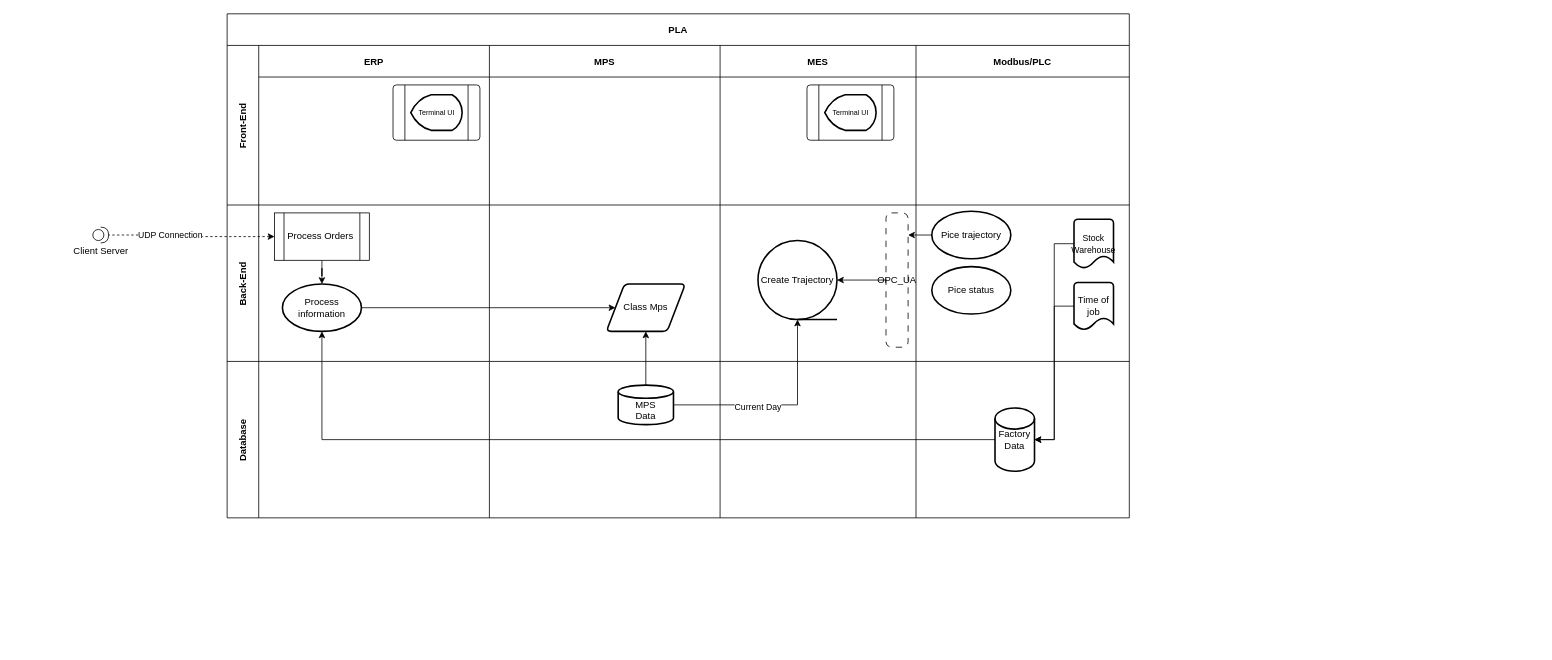
Above: page "Flow-chart" (1 of 7) of Untitled Diagram.drawio in gpizzigh-bit/Automation-of-a-Production-Line (draw.io), before the change. Source tidied: cells renumbered, new cells numbered last; positions are measured from the earlier drawing's top-left corner, leaving out a move shared by most shapes. Both pictures are drawn from the tidied source at 79%, with x=0, y=0 at pixel (92, 13).
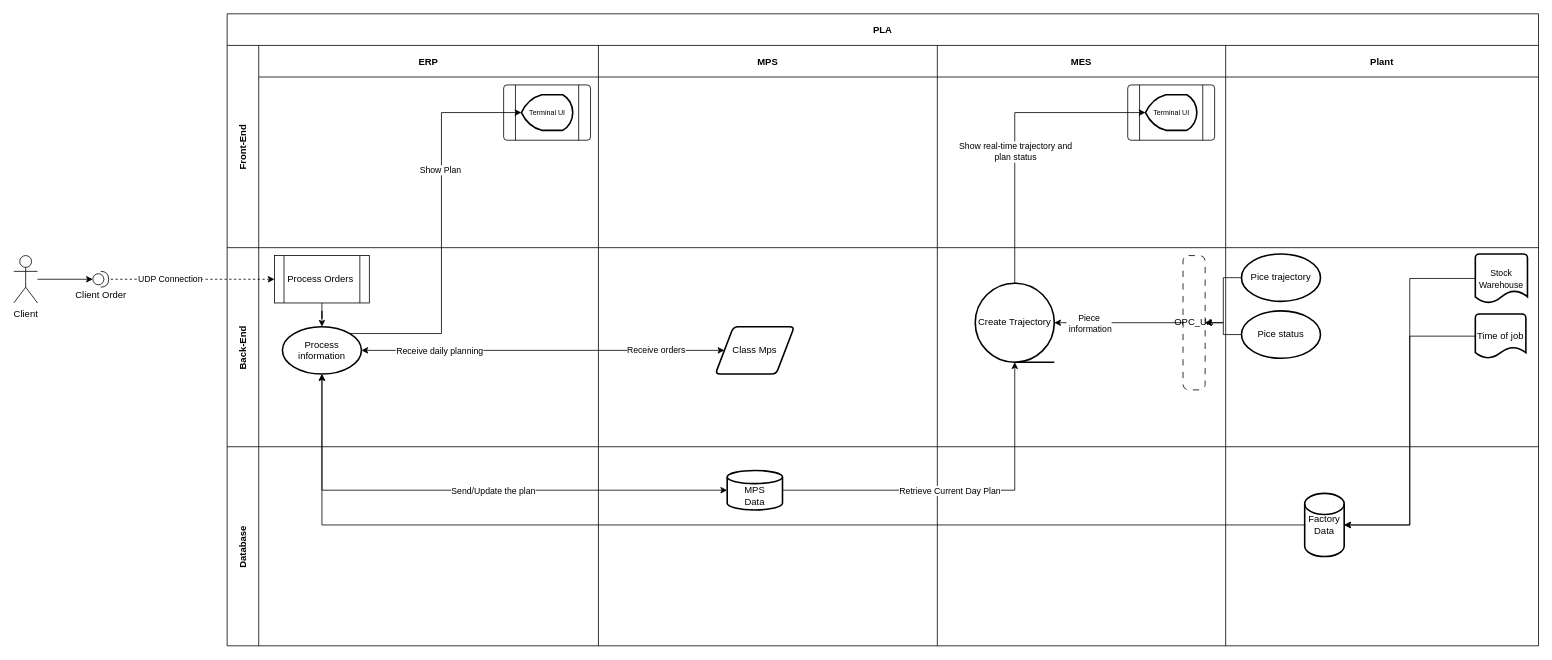
After the change.

Unchanged cells that the change refers to:
```xml
<mxCell id="7" value="&lt;font style=&quot;font-size: 9px;&quot;&gt;Terminal UI&lt;/font&gt;" style="strokeWidth=2;html=1;shape=mxgraph.flowchart.display;whiteSpace=wrap;" parent="5" vertex="1">
  <mxGeometry x="22.5" y="12.5" width="65" height="45" as="geometry" />
</mxCell>
<mxCell id="13" value="&lt;font style=&quot;font-size: 9px;&quot;&gt;Terminal UI&lt;/font&gt;" style="strokeWidth=2;html=1;shape=mxgraph.flowchart.display;whiteSpace=wrap;" parent="11" vertex="1">
  <mxGeometry x="22.5" y="12.5" width="65" height="45" as="geometry" />
</mxCell>
<mxCell id="19" value="Process information" style="strokeWidth=2;html=1;shape=mxgraph.flowchart.start_1;whiteSpace=wrap;" parent="16" vertex="1">
  <mxGeometry x="30" y="100" width="100" height="60" as="geometry" />
</mxCell>
<mxCell id="21" value="Class Mps" style="shape=parallelogram;html=1;strokeWidth=2;perimeter=parallelogramPerimeter;whiteSpace=wrap;rounded=1;arcSize=12;size=0.23;" parent="20" vertex="1">
  <mxGeometry x="148" y="100" width="100" height="60" as="geometry" />
</mxCell>
<mxCell id="23" style="edgeStyle=orthogonalEdgeStyle;rounded=0;jettySize=auto;html=1;entryX=1;entryY=0.5;entryDx=0;entryDy=0;entryPerimeter=0;" parent="22" edge="1" source="24" target="25">
  <mxGeometry relative="1" as="geometry" />
</mxCell>
<mxCell id="25" value="Create Trajectory" style="strokeWidth=2;html=1;shape=mxgraph.flowchart.sequential_data;whiteSpace=wrap;" parent="22" vertex="1">
  <mxGeometry x="48" y="45" width="100" height="100" as="geometry" />
</mxCell>
<mxCell id="28" value="Pice trajectory" style="strokeWidth=2;html=1;shape=mxgraph.flowchart.start_1;whiteSpace=wrap;" parent="26" vertex="1">
  <mxGeometry x="20" y="8" width="100" height="60" as="geometry" />
</mxCell>
<mxCell id="36" value="&lt;br&gt;MPS&lt;br&gt;Data" style="strokeWidth=2;html=1;shape=mxgraph.flowchart.database;whiteSpace=wrap;" parent="35" vertex="1">
  <mxGeometry x="163" y="30" width="70" height="50" as="geometry" />
</mxCell>
<mxCell id="42" style="edgeStyle=orthogonalEdgeStyle;rounded=0;jettySize=auto;html=1;" parent="2" edge="1" source="36" target="25">
  <mxGeometry relative="1" as="geometry" />
</mxCell>
```

Diff of the diagram source:
```diff
@@
     <mxCell id="2" value="PLA" style="shape=table;childLayout=tableLayout;startSize=40;fillColor=none;fontStyle=1;" parent="1" vertex="1">
-      <mxGeometry x="170" width="1142" height="638" as="geometry" />
+      <mxGeometry x="170" width="1660" height="800" as="geometry" />
     </mxCell>
     <mxCell id="3" value="Front-End" style="shape=tableRow;horizontal=0;swimlaneHead=0;swimlaneBody=0;top=0;left=0;bottom=0;right=0;fillColor=none;startSize=40;fontStyle=1;" parent="2" vertex="1">
-      <mxGeometry y="40" width="1142" height="202" as="geometry" />
+      <mxGeometry y="40" width="1660" height="256" as="geometry" />
     </mxCell>
     <mxCell id="4" value="ERP" style="swimlane;swimlaneHead=0;swimlaneBody=0;fillColor=none;startSize=40;fontStyle=1;" parent="3" vertex="1">
-      <mxGeometry x="40" width="292" height="202" as="geometry" />
+      <mxGeometry x="40" width="430" height="256" as="geometry" />
     </mxCell>
     <mxCell id="5" style="group;" parent="4" vertex="1">
-      <mxGeometry x="170" y="50" width="110" height="70" as="geometry" />
+      <mxGeometry x="310" y="50" width="110" height="70" as="geometry" />
     </mxCell>
@@
     <mxCell id="8" value="MPS" style="swimlane;swimlaneHead=0;swimlaneBody=0;fillColor=none;startSize=40;fontStyle=1;" parent="3" vertex="1">
-      <mxGeometry x="332" width="292" height="202" as="geometry" />
+      <mxGeometry x="470" width="429" height="256" as="geometry" />
     </mxCell>
     <mxCell id="9" value="MES" style="swimlane;swimlaneHead=0;swimlaneBody=0;fillColor=none;startSize=40;fontStyle=1;" parent="3" vertex="1">
-      <mxGeometry x="624" width="248" height="202" as="geometry" />
+      <mxGeometry x="899" width="365" height="256" as="geometry" />
     </mxCell>
     <mxCell id="10" style="group;" parent="9" vertex="1">
-      <mxGeometry x="110" y="50" width="110" height="70" as="geometry" />
+      <mxGeometry x="241" y="50" width="110" height="70" as="geometry" />
     </mxCell>
@@
-    <mxCell id="14" value="Modbus/PLC" style="swimlane;swimlaneHead=0;swimlaneBody=0;fillColor=none;startSize=40;fontStyle=1;" parent="3" vertex="1">
-      <mxGeometry x="872" width="270" height="202" as="geometry" />
+    <mxCell id="14" value="Plant" style="swimlane;swimlaneHead=0;swimlaneBody=0;fillColor=none;startSize=40;fontStyle=1;" parent="3" vertex="1">
+      <mxGeometry x="1264" width="396" height="256" as="geometry" />
     </mxCell>
     <mxCell id="15" value="Back-End" style="shape=tableRow;horizontal=0;swimlaneHead=0;swimlaneBody=0;top=0;left=0;bottom=0;right=0;fillColor=none;startSize=40;fontStyle=1;" parent="2" vertex="1">
-      <mxGeometry y="242" width="1142" height="198" as="geometry" />
+      <mxGeometry y="296" width="1660" height="252" as="geometry" />
     </mxCell>
     <mxCell id="16" style="swimlane;swimlaneHead=0;swimlaneBody=0;fillColor=none;startSize=0;fontStyle=1;" parent="15" vertex="1">
-      <mxGeometry x="40" width="292" height="198" as="geometry" />
+      <mxGeometry x="40" width="430" height="252" as="geometry" />
     </mxCell>
@@
     <mxCell id="20" style="swimlane;swimlaneHead=0;swimlaneBody=0;fillColor=none;startSize=0;fontStyle=1;" parent="15" vertex="1">
-      <mxGeometry x="332" width="292" height="198" as="geometry" />
+      <mxGeometry x="470" width="429" height="252" as="geometry" />
     </mxCell>
@@
     <mxCell id="22" style="swimlane;swimlaneHead=0;swimlaneBody=0;fillColor=none;startSize=0;fontStyle=1;" parent="15" vertex="1">
-      <mxGeometry x="624" width="248" height="198" as="geometry" />
+      <mxGeometry x="899" width="365" height="252" as="geometry" />
     </mxCell>
@@
+    <mxCell id="49" value="Piece&lt;br&gt;&amp;nbsp;information" style="edgeLabel;html=1;align=center;verticalAlign=middle;" parent="23" vertex="1">
+      <mxGeometry x="0.73" y="-1" relative="1" as="geometry">
+        <mxPoint x="21" y="1" as="offset" />
+      </mxGeometry>
+    </mxCell>
     <mxCell id="24" value="OPC_UA" style="rounded=1;whiteSpace=wrap;html=1;absoluteArcSize=1;arcSize=14;strokeWidth=1;dashed=1;dashPattern=8 8;rotation=0;" parent="22" vertex="1">
-      <mxGeometry x="210" y="10" width="28" height="170" as="geometry" />
+      <mxGeometry x="311" y="10" width="28" height="170" as="geometry" />
     </mxCell>
@@
     <mxCell id="26" style="swimlane;swimlaneHead=0;swimlaneBody=0;fillColor=none;startSize=0;fontStyle=1;" parent="15" vertex="1">
-      <mxGeometry x="872" width="270" height="198" as="geometry" />
+      <mxGeometry x="1264" width="396" height="252" as="geometry" />
     </mxCell>
-    <mxCell id="27" style="edgeStyle=orthogonalEdgeStyle;rounded=0;jettySize=auto;html=1;" parent="26" edge="1" source="28">
-      <mxGeometry relative="1" as="geometry">
-        <mxPoint x="-10" y="38" as="targetPoint" />
-      </mxGeometry>
-    </mxCell>
@@
     <mxCell id="29" value="Pice status" style="strokeWidth=2;html=1;shape=mxgraph.flowchart.start_1;whiteSpace=wrap;" parent="26" vertex="1">
-      <mxGeometry x="20" y="78" width="100" height="60" as="geometry" />
+      <mxGeometry x="20" y="80" width="100" height="60" as="geometry" />
     </mxCell>
     <mxCell id="30" value="&lt;font style=&quot;font-size: 11px;&quot;&gt;Stock Warehouse&lt;/font&gt;" style="strokeWidth=2;html=1;shape=mxgraph.flowchart.document2;whiteSpace=wrap;size=0.25;" parent="26" vertex="1">
-      <mxGeometry x="200" y="18" width="50" height="62" as="geometry" />
+      <mxGeometry x="316" y="8" width="66" height="62" as="geometry" />
     </mxCell>
     <mxCell id="31" value="Time of job" style="strokeWidth=2;html=1;shape=mxgraph.flowchart.document2;whiteSpace=wrap;size=0.25;" parent="26" vertex="1">
-      <mxGeometry x="200" y="98" width="50" height="60" as="geometry" />
+      <mxGeometry x="316" y="84" width="64" height="56" as="geometry" />
     </mxCell>
-    <mxCell id="32" style="edgeStyle=orthogonalEdgeStyle;rounded=0;jettySize=auto;html=1;" parent="15" edge="1" source="19" target="21">
+    <mxCell id="32" style="edgeStyle=orthogonalEdgeStyle;rounded=0;jettySize=auto;html=1;startArrow=classic;startFill=1;" parent="15" edge="1" source="19" target="21">
       <mxGeometry relative="1" as="geometry" />
     </mxCell>
+    <mxCell id="50" value="Receive orders" style="edgeLabel;html=1;align=center;verticalAlign=middle;" parent="32" vertex="1">
+      <mxGeometry x="0.62" y="1" relative="1" as="geometry" />
+    </mxCell>
+    <mxCell id="51" value="Receive daily planning" style="edgeLabel;html=1;align=center;verticalAlign=middle;" parent="32" vertex="1">
+      <mxGeometry x="-0.73" relative="1" as="geometry">
+        <mxPoint x="36" as="offset" />
+      </mxGeometry>
+    </mxCell>
+    <mxCell id="52" style="edgeStyle=orthogonalEdgeStyle;rounded=0;jettySize=auto;html=1;" parent="15" edge="1" source="29" target="24">
+      <mxGeometry relative="1" as="geometry" />
+    </mxCell>
+    <mxCell id="27" style="edgeStyle=orthogonalEdgeStyle;rounded=0;jettySize=auto;html=1;" parent="15" edge="1" source="28" target="24">
+      <mxGeometry relative="1" as="geometry" />
+    </mxCell>
     <mxCell id="33" value="Database" style="shape=tableRow;horizontal=0;swimlaneHead=0;swimlaneBody=0;top=0;left=0;bottom=0;right=0;fillColor=none;startSize=40;fontStyle=1;" parent="2" vertex="1">
-      <mxGeometry y="440" width="1142" height="198" as="geometry" />
+      <mxGeometry y="548" width="1660" height="252" as="geometry" />
     </mxCell>
     <mxCell id="34" style="swimlane;swimlaneHead=0;swimlaneBody=0;fillColor=none;startSize=0;fontStyle=1;" parent="33" vertex="1">
-      <mxGeometry x="40" width="292" height="198" as="geometry" />
+      <mxGeometry x="40" width="430" height="252" as="geometry" />
     </mxCell>
     <mxCell id="35" style="swimlane;swimlaneHead=0;swimlaneBody=0;fillColor=none;startSize=0;fontStyle=1;" parent="33" vertex="1">
-      <mxGeometry x="332" width="292" height="198" as="geometry" />
+      <mxGeometry x="470" width="429" height="252" as="geometry" />
     </mxCell>
@@
     <mxCell id="37" style="swimlane;swimlaneHead=0;swimlaneBody=0;fillColor=none;startSize=0;fontStyle=1;" parent="33" vertex="1">
-      <mxGeometry x="624" width="248" height="198" as="geometry" />
+      <mxGeometry x="899" width="365" height="252" as="geometry" />
     </mxCell>
     <mxCell id="38" style="swimlane;swimlaneHead=0;swimlaneBody=0;fillColor=none;startSize=0;fontStyle=1;" parent="33" vertex="1">
-      <mxGeometry x="872" width="270" height="198" as="geometry" />
+      <mxGeometry x="1264" width="396" height="252" as="geometry" />
     </mxCell>
@@
-    <mxCell id="41" style="edgeStyle=orthogonalEdgeStyle;rounded=0;jettySize=auto;html=1;" parent="2" edge="1" source="36" target="21">
+    <mxCell id="41" style="edgeStyle=orthogonalEdgeStyle;rounded=0;jettySize=auto;html=1;startArrow=classic;startFill=1;" parent="2" edge="1" source="36" target="19">
       <mxGeometry relative="1" as="geometry" />
     </mxCell>
+    <mxCell id="53" value="Send/Update the plan" style="edgeLabel;html=1;align=center;verticalAlign=middle;" parent="41" vertex="1">
+      <mxGeometry x="-0.1" relative="1" as="geometry" />
+    </mxCell>
@@
-    <mxCell id="43" value="Current Day" style="edgeLabel;html=1;align=center;verticalAlign=middle;" parent="42" vertex="1">
-      <mxGeometry x="-0.2" y="-2" relative="1" as="geometry" />
+    <mxCell id="43" value="Retrieve Current Day Plan" style="edgeLabel;html=1;align=center;verticalAlign=middle;" parent="42" vertex="1">
+      <mxGeometry x="-0.2" y="-2" relative="1" as="geometry">
+        <mxPoint x="29" y="-2" as="offset" />
+      </mxGeometry>
     </mxCell>
@@
+    <mxCell id="54" style="edgeStyle=orthogonalEdgeStyle;rounded=0;jettySize=auto;html=1;exitX=0.855;exitY=0.145;exitDx=0;exitDy=0;exitPerimeter=0;entryX=0;entryY=0.5;entryDx=0;entryDy=0;entryPerimeter=0;" parent="2" edge="1" source="19" target="7">
+      <mxGeometry relative="1" as="geometry" />
+    </mxCell>
+    <mxCell id="55" value="Show Plan" style="edgeLabel;html=1;align=center;verticalAlign=middle;" parent="54" vertex="1">
+      <mxGeometry x="0.3" y="2" relative="1" as="geometry" />
+    </mxCell>
+    <mxCell id="56" style="edgeStyle=orthogonalEdgeStyle;rounded=0;jettySize=auto;html=1;entryX=0;entryY=0.5;entryDx=0;entryDy=0;entryPerimeter=0;" parent="2" edge="1" source="25" target="13">
+      <mxGeometry relative="1" as="geometry">
+        <Array as="points">
+          <mxPoint x="997" y="125" />
+        </Array>
+      </mxGeometry>
+    </mxCell>
+    <mxCell id="57" value="Show real-time trajectory and &lt;br&gt;plan status" style="edgeLabel;html=1;align=center;verticalAlign=middle;" parent="56" vertex="1">
+      <mxGeometry x="-0.14" y="-2" relative="1" as="geometry">
+        <mxPoint x="-2" y="-3" as="offset" />
+      </mxGeometry>
+    </mxCell>
-    <mxCell id="46" value="Client Server" style="shape=providedRequiredInterface;html=1;verticalLabelPosition=bottom;sketch=0;" parent="1" vertex="1">
-      <mxGeometry y="270" width="20" height="20" as="geometry" />
+    <mxCell id="46" value="Client Order" style="shape=providedRequiredInterface;html=1;verticalLabelPosition=bottom;sketch=0;" parent="1" vertex="1">
+      <mxGeometry y="326" width="20" height="20" as="geometry" />
     </mxCell>
@@
+    <mxCell id="58" style="edgeStyle=orthogonalEdgeStyle;rounded=0;jettySize=auto;html=1;entryX=0;entryY=0.5;entryDx=0;entryDy=0;entryPerimeter=0;" parent="1" edge="1" source="59" target="46">
+      <mxGeometry relative="1" as="geometry" />
+    </mxCell>
+    <mxCell id="59" value="Client" style="shape=umlActor;verticalLabelPosition=bottom;verticalAlign=top;html=1;outlineConnect=0;" parent="1" vertex="1">
+      <mxGeometry x="-100" y="306" width="30" height="60" as="geometry" />
+    </mxCell>
```
